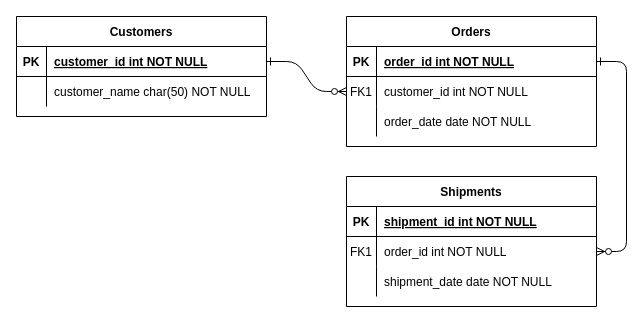
moriwakihikari/cinder keeps this draw.io diagram as 名称未設定ファイル.drawio. Above is the earlier version. Source tidied: cells renumbered, new cells numbered last; positions are measured from the earlier drawing's top-left corner, leaving out a move shared by most shapes. Both pictures are drawn from the tidied source at 100%, with x=0, y=0 at pixel (16, 16).
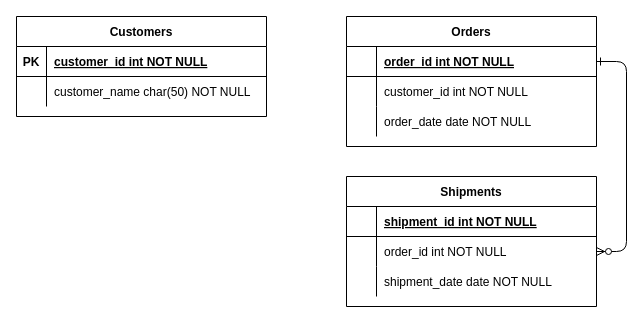
The same diagram, later.

Commit message (it also covers changes not shown here):
名称未設定ファイル.drawio を更新します

Unchanged cells that the change refers to:
```xml
<mxCell id="5" style="shape=partialRectangle;fillColor=none;points=[[0,0.5],[1,0.5]];portConstraint=eastwest;top=0;left=0;right=0;bottom=1;" parent="4" vertex="1">
  <mxGeometry y="30" width="250" height="30" as="geometry" />
</mxCell>
<mxCell id="8" style="shape=partialRectangle;fillColor=none;points=[[0,0.5],[1,0.5]];portConstraint=eastwest;top=0;left=0;right=0;bottom=0;" parent="4" vertex="1">
  <mxGeometry y="60" width="250" height="30" as="geometry" />
</mxCell>
<mxCell id="15" style="shape=partialRectangle;fillColor=none;top=0;left=0;right=0;bottom=1;" parent="14" vertex="1">
  <mxGeometry y="30" width="250" height="30" as="geometry" />
</mxCell>
<mxCell id="18" style="shape=partialRectangle;fillColor=none;points=[[0,0.5],[1,0.5]];portConstraint=eastwest;top=0;left=0;right=0;bottom=0;" parent="14" vertex="1">
  <mxGeometry y="60" width="250" height="30" as="geometry" />
</mxCell>
<mxCell id="25" style="shape=partialRectangle;fillColor=none;points=[[0,0.5],[1,0.5]];portConstraint=eastwest;top=0;left=0;right=0;bottom=1;" parent="24" vertex="1">
  <mxGeometry y="30" width="250" height="30" as="geometry" />
</mxCell>
```

Diff of the diagram source:
```diff
@@
-    <mxCell id="2" style="edgeStyle=entityRelationEdgeStyle;endArrow=ERzeroToMany;startArrow=ERone;endFill=1;startFill=0;" parent="1" edge="1" source="25" target="8">
-      <mxGeometry relative="1" as="geometry" />
-    </mxCell>
@@
-    <mxCell id="6" value="PK" style="shape=partialRectangle;overflow=hidden;fillColor=none;top=0;left=0;bottom=0;right=0;fontStyle=1;" parent="5" vertex="1">
+    <mxCell id="6" style="shape=partialRectangle;overflow=hidden;fillColor=none;top=0;left=0;bottom=0;right=0;fontStyle=1;" parent="5" vertex="1">
       <mxGeometry width="30" height="30" as="geometry" />
     </mxCell>
@@
-    <mxCell id="9" value="FK1" style="shape=partialRectangle;overflow=hidden;fillColor=none;top=0;left=0;bottom=0;right=0;" parent="8" vertex="1">
+    <mxCell id="9" style="shape=partialRectangle;overflow=hidden;fillColor=none;top=0;left=0;bottom=0;right=0;" parent="8" vertex="1">
       <mxGeometry width="30" height="30" as="geometry" />
     </mxCell>
@@
-    <mxCell id="16" value="PK" style="shape=partialRectangle;overflow=hidden;fillColor=none;top=0;left=0;bottom=0;right=0;fontStyle=1;" parent="15" vertex="1">
+    <mxCell id="16" style="shape=partialRectangle;overflow=hidden;fillColor=none;top=0;left=0;bottom=0;right=0;fontStyle=1;" parent="15" vertex="1">
       <mxGeometry width="30" height="30" as="geometry" />
     </mxCell>
@@
-    <mxCell id="19" value="FK1" style="shape=partialRectangle;overflow=hidden;fillColor=none;top=0;left=0;bottom=0;right=0;" parent="18" vertex="1">
+    <mxCell id="19" style="shape=partialRectangle;overflow=hidden;fillColor=none;top=0;left=0;bottom=0;right=0;" parent="18" vertex="1">
       <mxGeometry width="30" height="30" as="geometry" />
     </mxCell>
```
